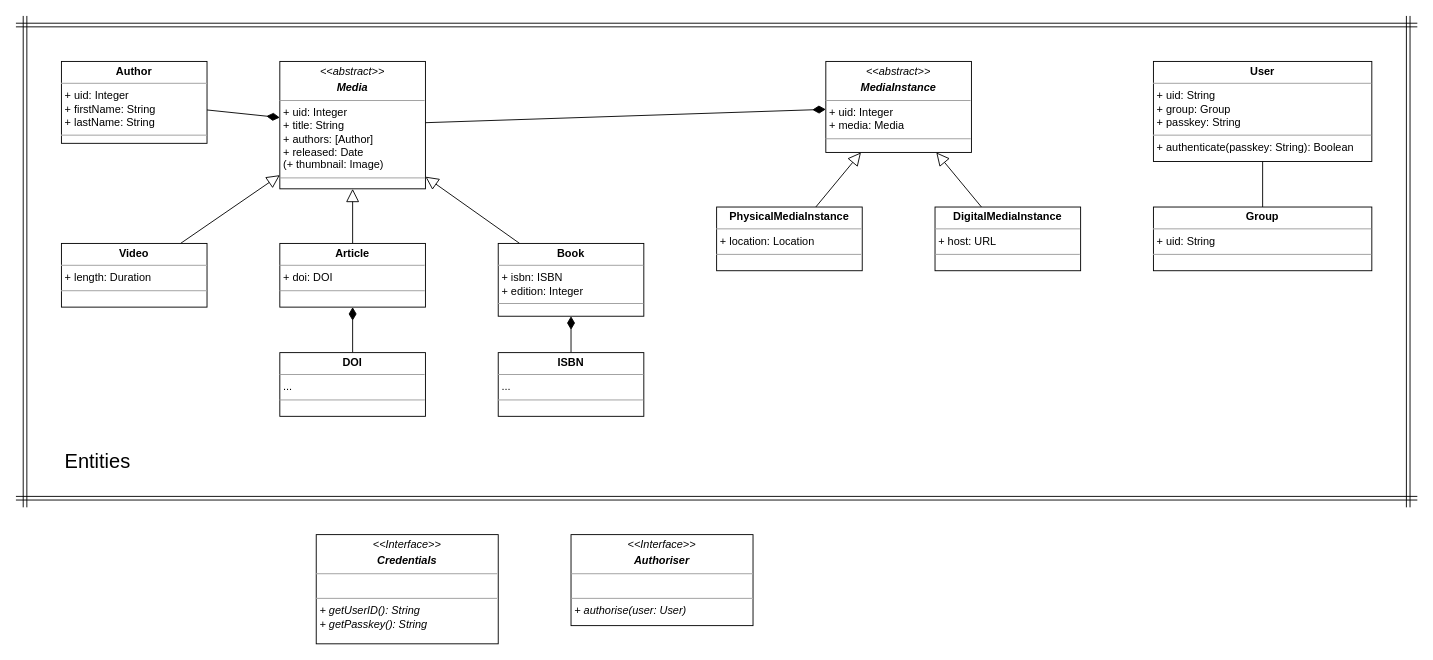
Above: page "Page-2" (2 of 2) of libraryproject/component_design.drawio in melvdlin/FPT_Uebungen (draw.io), before the change. Source tidied: cells renumbered, new cells numbered last; positions are measured from the earlier drawing's top-left corner, leaving out a move shared by most shapes. Both pictures are drawn from the tidied source at 91%, with x=0, y=0 at pixel (15, 15).
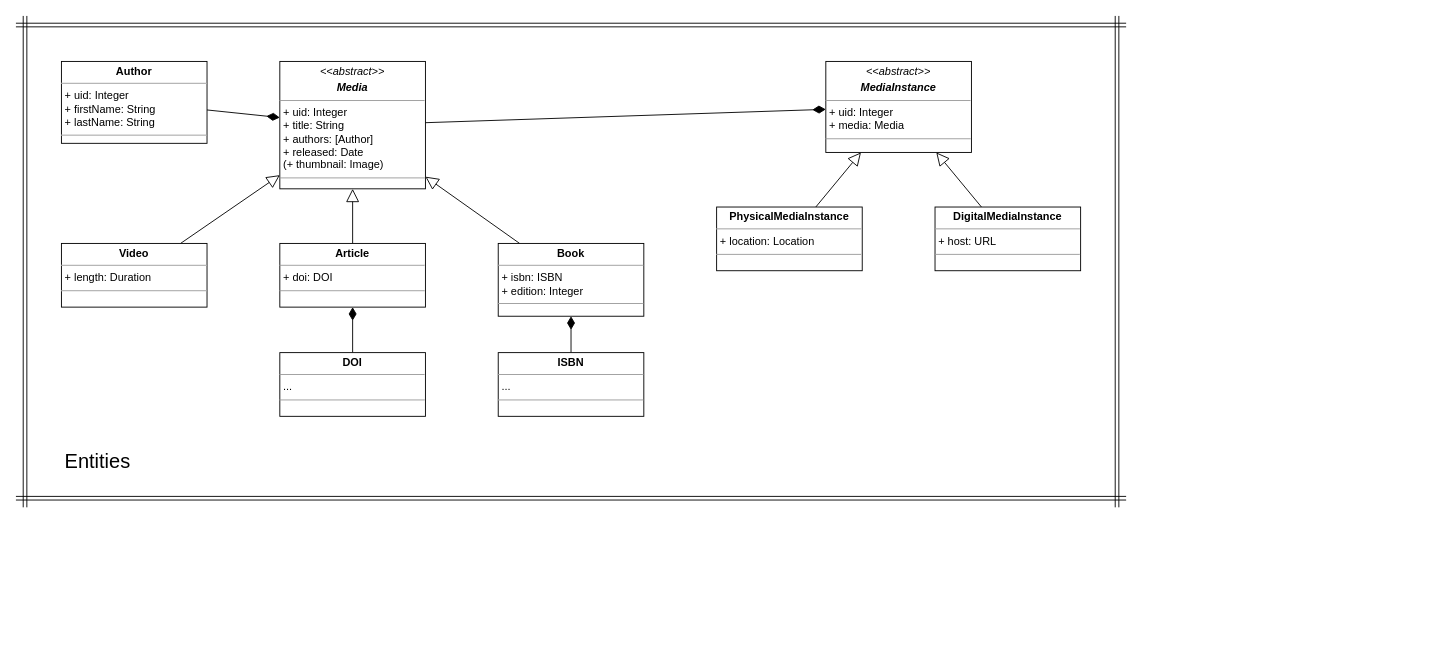
After the change.

The edit, as a diff of the source:
```diff
@@
-    <mxCell id="15" value="&lt;p style=&quot;margin:0px;margin-top:4px;text-align:center;&quot;&gt;&lt;b style=&quot;background-color: initial;&quot;&gt;User&lt;/b&gt;&lt;br&gt;&lt;/p&gt;&lt;hr size=&quot;1&quot;&gt;&lt;p style=&quot;margin:0px;margin-left:4px;&quot;&gt;+ uid: String&lt;/p&gt;&lt;p style=&quot;margin:0px;margin-left:4px;&quot;&gt;+ group: Group&lt;/p&gt;&lt;p style=&quot;margin:0px;margin-left:4px;&quot;&gt;+ passkey: String&lt;/p&gt;&lt;hr size=&quot;1&quot;&gt;&lt;p style=&quot;margin:0px;margin-left:4px;&quot;&gt;+ authenticate(passkey: String): Boolean&lt;/p&gt;" style="verticalAlign=top;align=left;overflow=fill;fontSize=12;fontFamily=Helvetica;html=1;fontColor=default;" parent="1" vertex="1">
-      <mxGeometry x="1250" y="50" width="240" height="110" as="geometry" />
-    </mxCell>
@@
     <mxCell id="22" style="shape=link;html=1;rounded=0;labelBackgroundColor=default;fontFamily=Helvetica;fontSize=11;fontColor=default;startArrow=diamondThin;startFill=1;endArrow=none;endFill=0;startSize=12;endSize=12;strokeColor=default;" parent="1" edge="1">
       <mxGeometry relative="1" as="geometry">
         <mxPoint y="530" as="sourcePoint" />
-        <mxPoint x="1540" y="530" as="targetPoint" />
+        <mxPoint x="1220" y="530" as="targetPoint" />
       </mxGeometry>
     </mxCell>
     <mxCell id="23" style="shape=link;html=1;rounded=0;labelBackgroundColor=default;fontFamily=Helvetica;fontSize=11;fontColor=default;startArrow=diamondThin;startFill=1;endArrow=none;endFill=0;startSize=12;endSize=12;strokeColor=default;" parent="1" edge="1">
       <mxGeometry relative="1" as="geometry">
-        <mxPoint x="1530" y="540" as="sourcePoint" />
-        <mxPoint x="1530" as="targetPoint" />
+        <mxPoint x="1210" y="540" as="sourcePoint" />
+        <mxPoint x="1210" as="targetPoint" />
       </mxGeometry>
     </mxCell>
     <mxCell id="24" style="shape=link;html=1;rounded=0;labelBackgroundColor=default;fontFamily=Helvetica;fontSize=11;fontColor=default;startArrow=diamondThin;startFill=1;endArrow=none;endFill=0;startSize=12;endSize=12;strokeColor=default;" parent="1" edge="1">
       <mxGeometry relative="1" as="geometry">
         <mxPoint y="10" as="sourcePoint" />
-        <mxPoint x="1540" y="10" as="targetPoint" />
+        <mxPoint x="1220" y="10" as="targetPoint" />
       </mxGeometry>
     </mxCell>
@@
-    <mxCell id="27" style="edgeStyle=none;shape=connector;rounded=0;jettySize=auto;html=1;labelBackgroundColor=default;fontFamily=Helvetica;fontSize=11;fontColor=default;startArrow=none;startFill=0;endArrow=none;endFill=0;startSize=12;endSize=12;strokeColor=default;" parent="1" edge="1" source="28" target="15">
-      <mxGeometry relative="1" as="geometry" />
-    </mxCell>
-    <mxCell id="28" value="&lt;p style=&quot;margin:0px;margin-top:4px;text-align:center;&quot;&gt;&lt;b style=&quot;background-color: initial;&quot;&gt;Group&lt;/b&gt;&lt;br&gt;&lt;/p&gt;&lt;hr size=&quot;1&quot;&gt;&lt;p style=&quot;margin:0px;margin-left:4px;&quot;&gt;+ uid: String&lt;br&gt;&lt;/p&gt;&lt;hr size=&quot;1&quot;&gt;&lt;p style=&quot;margin:0px;margin-left:4px;&quot;&gt;&lt;br&gt;&lt;/p&gt;" style="verticalAlign=top;align=left;overflow=fill;fontSize=12;fontFamily=Helvetica;html=1;fontColor=default;" parent="1" vertex="1">
-      <mxGeometry x="1250" y="210" width="240" height="70" as="geometry" />
-    </mxCell>
-    <mxCell id="29" value="&lt;p style=&quot;margin:0px;margin-top:4px;text-align:center;&quot;&gt;&lt;span style=&quot;background-color: initial;&quot;&gt;&lt;i&gt;&amp;lt;&amp;lt;Interface&amp;gt;&amp;gt;&lt;/i&gt;&lt;/span&gt;&lt;/p&gt;&lt;p style=&quot;margin:0px;margin-top:4px;text-align:center;&quot;&gt;&lt;b&gt;&lt;i&gt;Authoriser&lt;/i&gt;&lt;/b&gt;&lt;/p&gt;&lt;hr size=&quot;1&quot;&gt;&lt;p style=&quot;margin:0px;margin-left:4px;&quot;&gt;&lt;i&gt;&lt;br&gt;&lt;/i&gt;&lt;/p&gt;&lt;hr size=&quot;1&quot;&gt;&lt;p style=&quot;margin:0px;margin-left:4px;&quot;&gt;&lt;i&gt;+ authorise(user: User&lt;/i&gt;&lt;i style=&quot;background-color: initial;&quot;&gt;)&lt;/i&gt;&lt;/p&gt;" style="verticalAlign=top;align=left;overflow=fill;fontSize=12;fontFamily=Helvetica;html=1;fontColor=default;" parent="1" vertex="1">
-      <mxGeometry x="610" y="570" width="200" height="100" as="geometry" />
-    </mxCell>
-    <mxCell id="30" value="&lt;p style=&quot;margin:0px;margin-top:4px;text-align:center;&quot;&gt;&lt;span style=&quot;background-color: initial;&quot;&gt;&lt;i&gt;&amp;lt;&amp;lt;Interface&amp;gt;&amp;gt;&lt;/i&gt;&lt;/span&gt;&lt;/p&gt;&lt;p style=&quot;margin:0px;margin-top:4px;text-align:center;&quot;&gt;&lt;b&gt;&lt;i&gt;Credentials&lt;/i&gt;&lt;/b&gt;&lt;/p&gt;&lt;hr size=&quot;1&quot;&gt;&lt;p style=&quot;margin:0px;margin-left:4px;&quot;&gt;&lt;i&gt;&lt;br&gt;&lt;/i&gt;&lt;/p&gt;&lt;hr size=&quot;1&quot;&gt;&lt;p style=&quot;margin:0px;margin-left:4px;&quot;&gt;&lt;i&gt;+ getUserID(): String&lt;/i&gt;&lt;/p&gt;&lt;p style=&quot;margin:0px;margin-left:4px;&quot;&gt;&lt;i&gt;+ getPasskey(): String&lt;/i&gt;&lt;/p&gt;" style="verticalAlign=top;align=left;overflow=fill;fontSize=12;fontFamily=Helvetica;html=1;fontColor=default;" parent="1" vertex="1">
-      <mxGeometry x="330" y="570" width="200" height="120" as="geometry" />
-    </mxCell>
```
